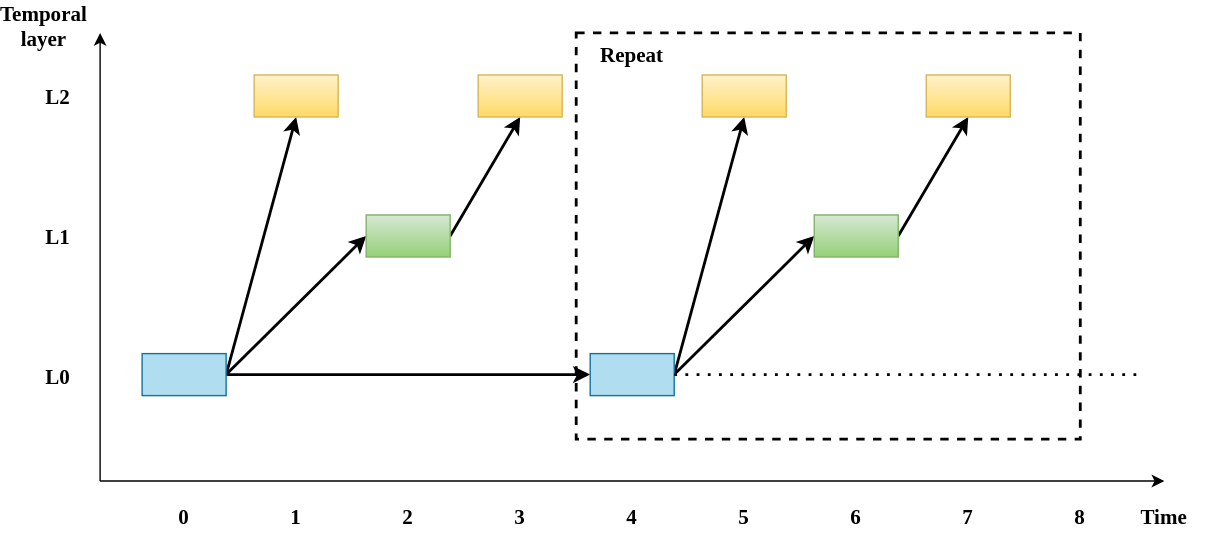
This is simulcast_temporal.svg from xiaosayin/c-educoder, a draw.io export, as it was before one commit. Source tidied: cells renumbered, new cells last; positions are measured from the earlier drawing's top-left corner, leaving out a move shared by most shapes.
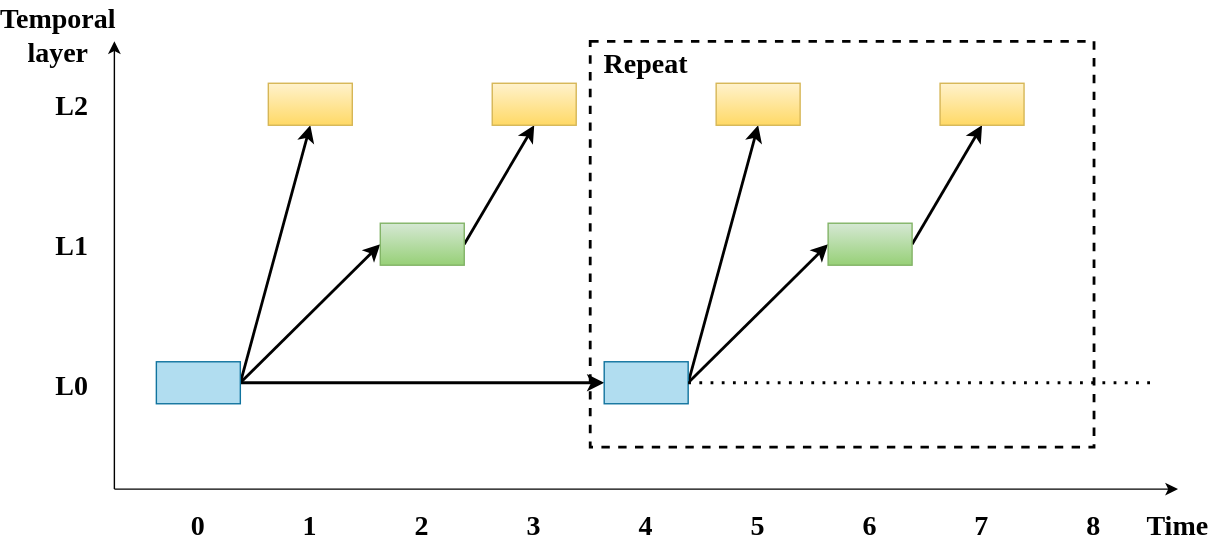
After the commit.

What changed in the source:
```diff
@@ -2,115 +2,115 @@
   <root>
     <mxCell id="0" />
     <mxCell id="1" parent="0" />
-    <mxCell id="2" style="endArrow=classic;html=1;rounded=0;fontFamily=Times New Roman;fontStyle=1;fontSize=15;" parent="1" edge="1">
+    <mxCell id="2" style="endArrow=classic;html=1;rounded=0;fontFamily=Times New Roman;fontStyle=1;fontSize=20;" parent="1" edge="1">
       <mxGeometry relative="1" as="geometry">
         <mxPoint x="70" y="340" as="sourcePoint" />
         <mxPoint x="830" y="340" as="targetPoint" />
       </mxGeometry>
     </mxCell>
-    <mxCell id="3" style="endArrow=classic;html=1;rounded=0;fontFamily=Times New Roman;fontStyle=1;fontSize=15;" parent="1" edge="1">
+    <mxCell id="3" style="endArrow=classic;html=1;rounded=0;fontFamily=Times New Roman;fontStyle=1;fontSize=20;" parent="1" edge="1">
       <mxGeometry relative="1" as="geometry">
         <mxPoint x="70" y="340" as="sourcePoint" />
         <mxPoint x="70" y="20" as="targetPoint" />
       </mxGeometry>
     </mxCell>
-    <mxCell id="4" value="0" style="text;html=1;strokeColor=none;fillColor=none;align=center;verticalAlign=middle;whiteSpace=wrap;rounded=0;fontFamily=Times New Roman;fontSize=15;fontColor=default;fontStyle=1;" parent="1" vertex="1">
+    <mxCell id="4" value="0" style="text;html=1;strokeColor=none;fillColor=none;align=center;verticalAlign=middle;whiteSpace=wrap;rounded=0;fontFamily=Times New Roman;fontSize=20;fontColor=default;fontStyle=1;" parent="1" vertex="1">
       <mxGeometry x="100" y="350" width="60" height="30" as="geometry" />
     </mxCell>
-    <mxCell id="5" value="1" style="text;html=1;strokeColor=none;fillColor=none;align=center;verticalAlign=middle;whiteSpace=wrap;rounded=0;fontFamily=Times New Roman;fontSize=15;fontColor=default;fontStyle=1;" parent="1" vertex="1">
+    <mxCell id="5" value="1" style="text;html=1;strokeColor=none;fillColor=none;align=center;verticalAlign=middle;whiteSpace=wrap;rounded=0;fontFamily=Times New Roman;fontSize=20;fontColor=default;fontStyle=1;" parent="1" vertex="1">
       <mxGeometry x="180" y="350" width="60" height="30" as="geometry" />
     </mxCell>
-    <mxCell id="6" value="2" style="text;html=1;strokeColor=none;fillColor=none;align=center;verticalAlign=middle;whiteSpace=wrap;rounded=0;fontFamily=Times New Roman;fontSize=15;fontColor=default;fontStyle=1;" parent="1" vertex="1">
+    <mxCell id="6" value="2" style="text;html=1;strokeColor=none;fillColor=none;align=center;verticalAlign=middle;whiteSpace=wrap;rounded=0;fontFamily=Times New Roman;fontSize=20;fontColor=default;fontStyle=1;" parent="1" vertex="1">
       <mxGeometry x="260" y="350" width="60" height="30" as="geometry" />
     </mxCell>
-    <mxCell id="7" value="3" style="text;html=1;strokeColor=none;fillColor=none;align=center;verticalAlign=middle;whiteSpace=wrap;rounded=0;fontFamily=Times New Roman;fontSize=15;fontColor=default;fontStyle=1;" parent="1" vertex="1">
+    <mxCell id="7" value="3" style="text;html=1;strokeColor=none;fillColor=none;align=center;verticalAlign=middle;whiteSpace=wrap;rounded=0;fontFamily=Times New Roman;fontSize=20;fontColor=default;fontStyle=1;" parent="1" vertex="1">
       <mxGeometry x="340" y="350" width="60" height="30" as="geometry" />
     </mxCell>
-    <mxCell id="8" value="4" style="text;html=1;strokeColor=none;fillColor=none;align=center;verticalAlign=middle;whiteSpace=wrap;rounded=0;fontFamily=Times New Roman;fontSize=15;fontColor=default;fontStyle=1;" parent="1" vertex="1">
+    <mxCell id="8" value="4" style="text;html=1;strokeColor=none;fillColor=none;align=center;verticalAlign=middle;whiteSpace=wrap;rounded=0;fontFamily=Times New Roman;fontSize=20;fontColor=default;fontStyle=1;" parent="1" vertex="1">
       <mxGeometry x="420" y="350" width="60" height="30" as="geometry" />
     </mxCell>
-    <mxCell id="9" value="5" style="text;html=1;strokeColor=none;fillColor=none;align=center;verticalAlign=middle;whiteSpace=wrap;rounded=0;fontFamily=Times New Roman;fontSize=15;fontColor=default;fontStyle=1;" parent="1" vertex="1">
+    <mxCell id="9" value="5" style="text;html=1;strokeColor=none;fillColor=none;align=center;verticalAlign=middle;whiteSpace=wrap;rounded=0;fontFamily=Times New Roman;fontSize=20;fontColor=default;fontStyle=1;" parent="1" vertex="1">
       <mxGeometry x="500" y="350" width="60" height="30" as="geometry" />
     </mxCell>
-    <mxCell id="10" value="6" style="text;html=1;strokeColor=none;fillColor=none;align=center;verticalAlign=middle;whiteSpace=wrap;rounded=0;fontFamily=Times New Roman;fontSize=15;fontColor=default;fontStyle=1;" parent="1" vertex="1">
+    <mxCell id="10" value="6" style="text;html=1;strokeColor=none;fillColor=none;align=center;verticalAlign=middle;whiteSpace=wrap;rounded=0;fontFamily=Times New Roman;fontSize=20;fontColor=default;fontStyle=1;" parent="1" vertex="1">
       <mxGeometry x="580" y="350" width="60" height="30" as="geometry" />
     </mxCell>
-    <mxCell id="11" style="edgeStyle=orthogonalEdgeStyle;rounded=0;orthogonalLoop=1;jettySize=auto;html=1;exitX=0.5;exitY=1;exitDx=0;exitDy=0;fontFamily=Times New Roman;fontSize=15;fontColor=default;fontStyle=1;" parent="1" edge="1" source="12" target="12">
+    <mxCell id="11" style="edgeStyle=orthogonalEdgeStyle;rounded=0;orthogonalLoop=1;jettySize=auto;html=1;exitX=0.5;exitY=1;exitDx=0;exitDy=0;fontFamily=Times New Roman;fontSize=20;fontColor=default;fontStyle=1;" parent="1" edge="1" source="12" target="12">
       <mxGeometry relative="1" as="geometry" />
     </mxCell>
-    <mxCell id="12" value="7" style="text;html=1;strokeColor=none;fillColor=none;align=center;verticalAlign=middle;whiteSpace=wrap;rounded=0;fontFamily=Times New Roman;fontSize=15;fontColor=default;fontStyle=1;" parent="1" vertex="1">
+    <mxCell id="12" value="7" style="text;html=1;strokeColor=none;fillColor=none;align=center;verticalAlign=middle;whiteSpace=wrap;rounded=0;fontFamily=Times New Roman;fontSize=20;fontColor=default;fontStyle=1;" parent="1" vertex="1">
       <mxGeometry x="660" y="350" width="60" height="30" as="geometry" />
     </mxCell>
-    <mxCell id="13" value="8" style="text;html=1;strokeColor=none;fillColor=none;align=center;verticalAlign=middle;whiteSpace=wrap;rounded=0;fontFamily=Times New Roman;fontSize=15;fontColor=default;fontStyle=1;" parent="1" vertex="1">
+    <mxCell id="13" value="8" style="text;html=1;strokeColor=none;fillColor=none;align=center;verticalAlign=middle;whiteSpace=wrap;rounded=0;fontFamily=Times New Roman;fontSize=20;fontColor=default;fontStyle=1;" parent="1" vertex="1">
       <mxGeometry x="740" y="350" width="60" height="30" as="geometry" />
     </mxCell>
-    <mxCell id="14" value="Time" style="text;html=1;strokeColor=none;fillColor=none;align=center;verticalAlign=middle;whiteSpace=wrap;rounded=0;fontFamily=Times New Roman;fontSize=15;fontColor=default;fontStyle=1;" parent="1" vertex="1">
+    <mxCell id="14" value="Time" style="text;html=1;strokeColor=none;fillColor=none;align=center;verticalAlign=middle;whiteSpace=wrap;rounded=0;fontFamily=Times New Roman;fontSize=20;fontColor=default;fontStyle=1;" parent="1" vertex="1">
       <mxGeometry x="800" y="350" width="60" height="30" as="geometry" />
     </mxCell>
-    <mxCell id="15" value="L0" style="text;html=1;strokeColor=none;fillColor=none;align=center;verticalAlign=middle;whiteSpace=wrap;rounded=0;fontFamily=Times New Roman;fontSize=15;fontColor=default;fontStyle=1;" parent="1" vertex="1">
+    <mxCell id="15" value="L0" style="text;html=1;strokeColor=none;fillColor=none;align=center;verticalAlign=middle;whiteSpace=wrap;rounded=0;fontFamily=Times New Roman;fontSize=20;fontColor=default;fontStyle=1;" parent="1" vertex="1">
       <mxGeometry x="10" y="250" width="60" height="30" as="geometry" />
     </mxCell>
-    <mxCell id="16" value="L1" style="text;html=1;strokeColor=none;fillColor=none;align=center;verticalAlign=middle;whiteSpace=wrap;rounded=0;fontFamily=Times New Roman;fontSize=15;fontColor=default;fontStyle=1;" parent="1" vertex="1">
+    <mxCell id="16" value="L1" style="text;html=1;strokeColor=none;fillColor=none;align=center;verticalAlign=middle;whiteSpace=wrap;rounded=0;fontFamily=Times New Roman;fontSize=20;fontColor=default;fontStyle=1;" parent="1" vertex="1">
       <mxGeometry x="10" y="150" width="60" height="30" as="geometry" />
     </mxCell>
-    <mxCell id="17" value="L2" style="text;html=1;strokeColor=none;fillColor=none;align=center;verticalAlign=middle;whiteSpace=wrap;rounded=0;fontFamily=Times New Roman;fontSize=15;fontColor=default;fontStyle=1;" parent="1" vertex="1">
+    <mxCell id="17" value="L2" style="text;html=1;strokeColor=none;fillColor=none;align=center;verticalAlign=middle;whiteSpace=wrap;rounded=0;fontFamily=Times New Roman;fontSize=20;fontColor=default;fontStyle=1;" parent="1" vertex="1">
       <mxGeometry x="10" y="50" width="60" height="30" as="geometry" />
     </mxCell>
-    <mxCell id="18" value="&lt;b&gt;Temporal layer&lt;/b&gt;" style="text;html=1;strokeColor=none;fillColor=none;align=center;verticalAlign=middle;whiteSpace=wrap;rounded=0;fontFamily=Times New Roman;fontSize=15;fontColor=default;" parent="1" vertex="1">
+    <mxCell id="18" value="&lt;b style=&quot;font-size: 20px;&quot;&gt;Temporal layer&lt;/b&gt;" style="text;html=1;strokeColor=none;fillColor=none;align=center;verticalAlign=middle;whiteSpace=wrap;rounded=0;fontFamily=Times New Roman;fontSize=20;fontColor=default;" parent="1" vertex="1">
       <mxGeometry width="60" height="30" as="geometry" />
     </mxCell>
-    <mxCell id="19" style="rounded=0;jettySize=auto;html=1;exitX=1;exitY=0.5;exitDx=0;exitDy=0;entryX=0.5;entryY=1;entryDx=0;entryDy=0;fontFamily=Times New Roman;fontSize=15;fontColor=default;strokeWidth=2;" parent="1" edge="1" source="22" target="23">
+    <mxCell id="19" style="rounded=0;jettySize=auto;html=1;exitX=1;exitY=0.5;exitDx=0;exitDy=0;entryX=0.5;entryY=1;entryDx=0;entryDy=0;fontFamily=Times New Roman;fontSize=20;fontColor=default;strokeWidth=2;" parent="1" edge="1" source="22" target="23">
       <mxGeometry relative="1" as="geometry" />
     </mxCell>
-    <mxCell id="20" style="edgeStyle=none;rounded=0;jettySize=auto;html=1;exitX=1;exitY=0.5;exitDx=0;exitDy=0;entryX=0;entryY=0.5;entryDx=0;entryDy=0;strokeWidth=2;fontFamily=Times New Roman;fontSize=15;fontColor=default;" parent="1" edge="1" source="22" target="25">
+    <mxCell id="20" style="edgeStyle=none;rounded=0;jettySize=auto;html=1;exitX=1;exitY=0.5;exitDx=0;exitDy=0;entryX=0;entryY=0.5;entryDx=0;entryDy=0;strokeWidth=2;fontFamily=Times New Roman;fontSize=20;fontColor=default;" parent="1" edge="1" source="22" target="25">
       <mxGeometry relative="1" as="geometry" />
     </mxCell>
-    <mxCell id="21" style="edgeStyle=none;rounded=0;jettySize=auto;html=1;exitX=1;exitY=0.5;exitDx=0;exitDy=0;entryX=0;entryY=0.5;entryDx=0;entryDy=0;strokeWidth=2;fontFamily=Times New Roman;fontSize=15;fontColor=default;" parent="1" edge="1" source="22" target="29">
+    <mxCell id="21" style="edgeStyle=none;rounded=0;jettySize=auto;html=1;exitX=1;exitY=0.5;exitDx=0;exitDy=0;entryX=0;entryY=0.5;entryDx=0;entryDy=0;strokeWidth=2;fontFamily=Times New Roman;fontSize=20;fontColor=default;" parent="1" edge="1" source="22" target="29">
       <mxGeometry relative="1" as="geometry" />
     </mxCell>
-    <mxCell id="22" style="rounded=0;whiteSpace=wrap;html=1;fontFamily=Times New Roman;fontSize=15;fillColor=#b1ddf0;strokeColor=#10739e;" parent="1" vertex="1">
+    <mxCell id="22" style="rounded=0;whiteSpace=wrap;html=1;fontFamily=Times New Roman;fontSize=20;fillColor=#b1ddf0;strokeColor=#10739e;" parent="1" vertex="1">
       <mxGeometry x="100" y="249" width="60" height="30" as="geometry" />
     </mxCell>
-    <mxCell id="23" style="rounded=0;whiteSpace=wrap;html=1;fontFamily=Times New Roman;fontSize=15;fillColor=#fff2cc;strokeColor=#d6b656;gradientColor=#ffd966;" parent="1" vertex="1">
+    <mxCell id="23" style="rounded=0;whiteSpace=wrap;html=1;fontFamily=Times New Roman;fontSize=20;fillColor=#fff2cc;strokeColor=#d6b656;gradientColor=#ffd966;" parent="1" vertex="1">
       <mxGeometry x="180" y="50" width="60" height="30" as="geometry" />
     </mxCell>
-    <mxCell id="24" style="edgeStyle=none;rounded=0;jettySize=auto;html=1;exitX=1;exitY=0.5;exitDx=0;exitDy=0;entryX=0.5;entryY=1;entryDx=0;entryDy=0;strokeWidth=2;fontFamily=Times New Roman;fontSize=15;fontColor=default;" parent="1" edge="1" source="25" target="26">
+    <mxCell id="24" style="edgeStyle=none;rounded=0;jettySize=auto;html=1;exitX=1;exitY=0.5;exitDx=0;exitDy=0;entryX=0.5;entryY=1;entryDx=0;entryDy=0;strokeWidth=2;fontFamily=Times New Roman;fontSize=20;fontColor=default;" parent="1" edge="1" source="25" target="26">
       <mxGeometry relative="1" as="geometry" />
     </mxCell>
-    <mxCell id="25" style="rounded=0;whiteSpace=wrap;html=1;fontFamily=Times New Roman;fontSize=15;fillColor=#d5e8d4;strokeColor=#82b366;gradientColor=#97d077;" parent="1" vertex="1">
+    <mxCell id="25" style="rounded=0;whiteSpace=wrap;html=1;fontFamily=Times New Roman;fontSize=20;fillColor=#d5e8d4;strokeColor=#82b366;gradientColor=#97d077;" parent="1" vertex="1">
       <mxGeometry x="260" y="150" width="60" height="30" as="geometry" />
     </mxCell>
-    <mxCell id="26" style="rounded=0;whiteSpace=wrap;html=1;fontFamily=Times New Roman;fontSize=15;fillColor=#fff2cc;strokeColor=#d6b656;gradientColor=#ffd966;" parent="1" vertex="1">
+    <mxCell id="26" style="rounded=0;whiteSpace=wrap;html=1;fontFamily=Times New Roman;fontSize=20;fillColor=#fff2cc;strokeColor=#d6b656;gradientColor=#ffd966;" parent="1" vertex="1">
       <mxGeometry x="340" y="50" width="60" height="30" as="geometry" />
     </mxCell>
-    <mxCell id="27" style="rounded=0;jettySize=auto;html=1;exitX=1;exitY=0.5;exitDx=0;exitDy=0;entryX=0.5;entryY=1;entryDx=0;entryDy=0;fontFamily=Times New Roman;fontSize=15;fontColor=default;strokeWidth=2;" parent="1" edge="1" source="29" target="30">
+    <mxCell id="27" style="rounded=0;jettySize=auto;html=1;exitX=1;exitY=0.5;exitDx=0;exitDy=0;entryX=0.5;entryY=1;entryDx=0;entryDy=0;fontFamily=Times New Roman;fontSize=20;fontColor=default;strokeWidth=2;" parent="1" edge="1" source="29" target="30">
       <mxGeometry relative="1" as="geometry" />
     </mxCell>
-    <mxCell id="28" style="edgeStyle=none;rounded=0;jettySize=auto;html=1;exitX=1;exitY=0.5;exitDx=0;exitDy=0;entryX=0;entryY=0.5;entryDx=0;entryDy=0;strokeWidth=2;fontFamily=Times New Roman;fontSize=15;fontColor=default;" parent="1" edge="1" source="29" target="32">
+    <mxCell id="28" style="edgeStyle=none;rounded=0;jettySize=auto;html=1;exitX=1;exitY=0.5;exitDx=0;exitDy=0;entryX=0;entryY=0.5;entryDx=0;entryDy=0;strokeWidth=2;fontFamily=Times New Roman;fontSize=20;fontColor=default;" parent="1" edge="1" source="29" target="32">
       <mxGeometry relative="1" as="geometry" />
     </mxCell>
-    <mxCell id="29" style="rounded=0;whiteSpace=wrap;html=1;fontFamily=Times New Roman;fontSize=15;fillColor=#b1ddf0;strokeColor=#10739e;" parent="1" vertex="1">
+    <mxCell id="29" style="rounded=0;whiteSpace=wrap;html=1;fontFamily=Times New Roman;fontSize=20;fillColor=#b1ddf0;strokeColor=#10739e;" parent="1" vertex="1">
       <mxGeometry x="420" y="249" width="60" height="30" as="geometry" />
     </mxCell>
-    <mxCell id="30" style="rounded=0;whiteSpace=wrap;html=1;fontFamily=Times New Roman;fontSize=15;fillColor=#fff2cc;strokeColor=#d6b656;gradientColor=#ffd966;" parent="1" vertex="1">
+    <mxCell id="30" style="rounded=0;whiteSpace=wrap;html=1;fontFamily=Times New Roman;fontSize=20;fillColor=#fff2cc;strokeColor=#d6b656;gradientColor=#ffd966;" parent="1" vertex="1">
       <mxGeometry x="500" y="50" width="60" height="30" as="geometry" />
     </mxCell>
-    <mxCell id="31" style="edgeStyle=none;rounded=0;jettySize=auto;html=1;exitX=1;exitY=0.5;exitDx=0;exitDy=0;entryX=0.5;entryY=1;entryDx=0;entryDy=0;strokeWidth=2;fontFamily=Times New Roman;fontSize=15;fontColor=default;" parent="1" edge="1" source="32" target="33">
+    <mxCell id="31" style="edgeStyle=none;rounded=0;jettySize=auto;html=1;exitX=1;exitY=0.5;exitDx=0;exitDy=0;entryX=0.5;entryY=1;entryDx=0;entryDy=0;strokeWidth=2;fontFamily=Times New Roman;fontSize=20;fontColor=default;" parent="1" edge="1" source="32" target="33">
       <mxGeometry relative="1" as="geometry" />
     </mxCell>
-    <mxCell id="32" style="rounded=0;whiteSpace=wrap;html=1;fontFamily=Times New Roman;fontSize=15;fillColor=#d5e8d4;strokeColor=#82b366;gradientColor=#97d077;" parent="1" vertex="1">
+    <mxCell id="32" style="rounded=0;whiteSpace=wrap;html=1;fontFamily=Times New Roman;fontSize=20;fillColor=#d5e8d4;strokeColor=#82b366;gradientColor=#97d077;" parent="1" vertex="1">
       <mxGeometry x="580" y="150" width="60" height="30" as="geometry" />
     </mxCell>
-    <mxCell id="33" style="rounded=0;whiteSpace=wrap;html=1;fontFamily=Times New Roman;fontSize=15;fillColor=#fff2cc;strokeColor=#d6b656;gradientColor=#ffd966;" parent="1" vertex="1">
+    <mxCell id="33" style="rounded=0;whiteSpace=wrap;html=1;fontFamily=Times New Roman;fontSize=20;fillColor=#fff2cc;strokeColor=#d6b656;gradientColor=#ffd966;" parent="1" vertex="1">
       <mxGeometry x="660" y="50" width="60" height="30" as="geometry" />
     </mxCell>
-    <mxCell id="34" style="rounded=0;whiteSpace=wrap;html=1;fontFamily=Times New Roman;fontSize=15;fontColor=default;fillColor=none;gradientColor=none;dashed=1;strokeWidth=2;" parent="1" vertex="1">
+    <mxCell id="34" style="rounded=0;whiteSpace=wrap;html=1;fontFamily=Times New Roman;fontSize=20;fontColor=default;fillColor=none;gradientColor=none;dashed=1;strokeWidth=2;" parent="1" vertex="1">
       <mxGeometry x="410" y="20" width="360" height="290" as="geometry" />
     </mxCell>
-    <mxCell id="35" value="&lt;b&gt;Repeat&lt;/b&gt;" style="text;html=1;strokeColor=none;fillColor=none;align=center;verticalAlign=middle;whiteSpace=wrap;rounded=0;fontFamily=Times New Roman;fontSize=15;fontColor=default;" parent="1" vertex="1">
+    <mxCell id="35" value="&lt;b style=&quot;font-size: 20px;&quot;&gt;Repeat&lt;/b&gt;" style="text;html=1;strokeColor=none;fillColor=none;align=center;verticalAlign=middle;whiteSpace=wrap;rounded=0;fontFamily=Times New Roman;fontSize=20;fontColor=default;" parent="1" vertex="1">
       <mxGeometry x="420" y="20" width="60" height="30" as="geometry" />
     </mxCell>
-    <mxCell id="36" style="endArrow=none;dashed=1;html=1;dashPattern=1 3;strokeWidth=2;rounded=0;fontFamily=Times New Roman;fontSize=15;fontColor=default;exitX=1;exitY=0.5;exitDx=0;exitDy=0;" parent="1" edge="1" source="29">
+    <mxCell id="36" style="endArrow=none;dashed=1;html=1;dashPattern=1 3;strokeWidth=2;rounded=0;fontFamily=Times New Roman;fontSize=20;fontColor=default;exitX=1;exitY=0.5;exitDx=0;exitDy=0;" parent="1" edge="1" source="29">
       <mxGeometry relative="1" as="geometry">
         <mxPoint x="810" y="264" as="targetPoint" />
       </mxGeometry>
```
